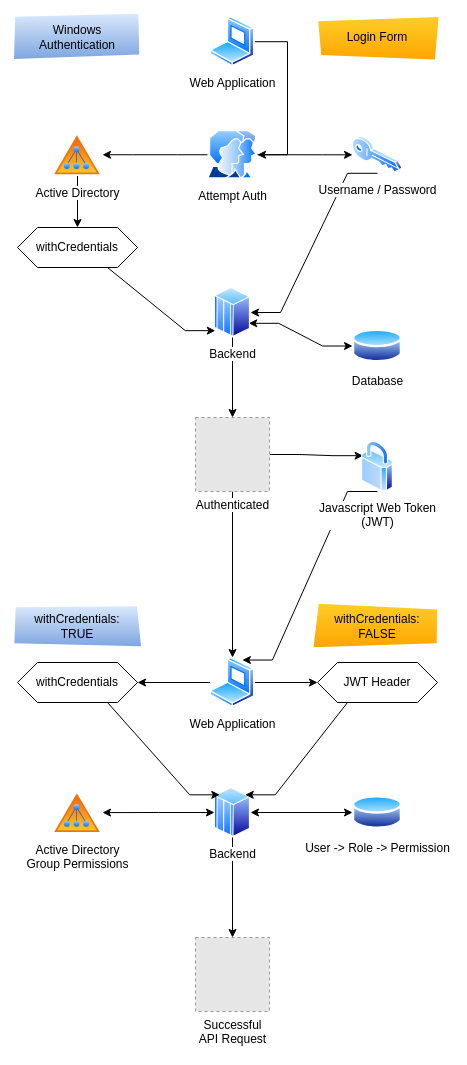
This is FEBE.drawio from pyrophire/pyrophire.github.io, a draw.io file, before an edit. Source tidied: cells renumbered, new cells numbered last; positions are measured from the earlier drawing's top-left corner, leaving out a move shared by most shapes. Both pictures are drawn from the tidied source at 100%, with x=0, y=0 at pixel (17, 16). Pictures stored in the file or linked from it are replaced by grey dashed boxes.
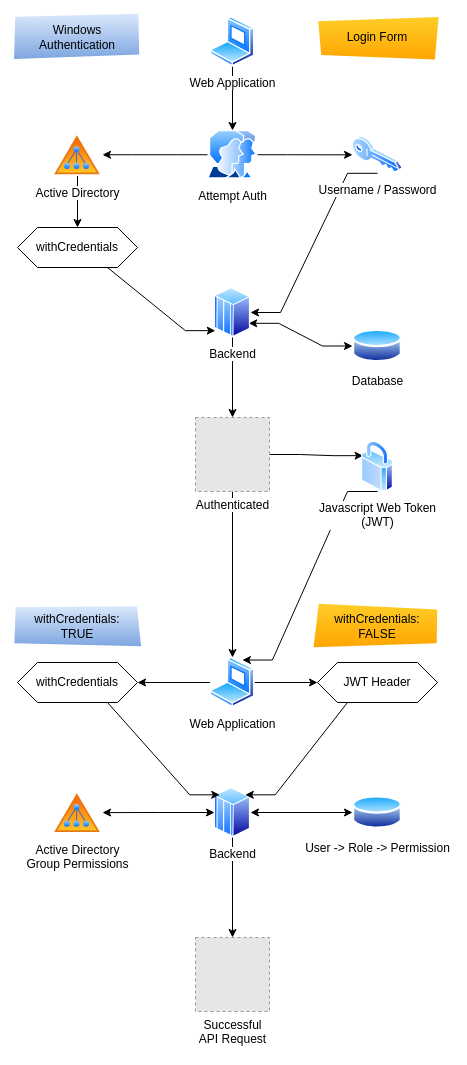
After the change.

Unchanged cells that the change refers to:
```xml
<mxCell id="11" value="Web Application" style="image;perimeter=ellipsePerimeter;html=1;align=center;shadow=0;dashed=0;spacingTop=3;image=img/lib/active_directory/laptop_client.svg;" parent="1" vertex="1">
  <mxGeometry x="192.5" y="0.2" width="45" height="50" as="geometry" />
</mxCell>
<mxCell id="14" value="Attempt Auth" style="image;perimeter=ellipsePerimeter;html=1;align=center;shadow=0;dashed=0;spacingTop=3;image=img/lib/active_directory/user_accounts.svg;" parent="1" vertex="1">
  <mxGeometry x="190" y="114" width="50" height="48.5" as="geometry" />
</mxCell>
```

What changed in the source:
```diff
@@
-    <mxCell id="10" style="edgeStyle=entityRelationEdgeStyle;rounded=0;jettySize=auto;html=1;" parent="1" edge="1" source="11" target="14">
+    <mxCell id="10" style="edgeStyle=orthogonalEdgeStyle;rounded=0;jettySize=auto;html=1;" parent="1" edge="1" source="11" target="14">
       <mxGeometry relative="1" as="geometry" />
     </mxCell>
```
